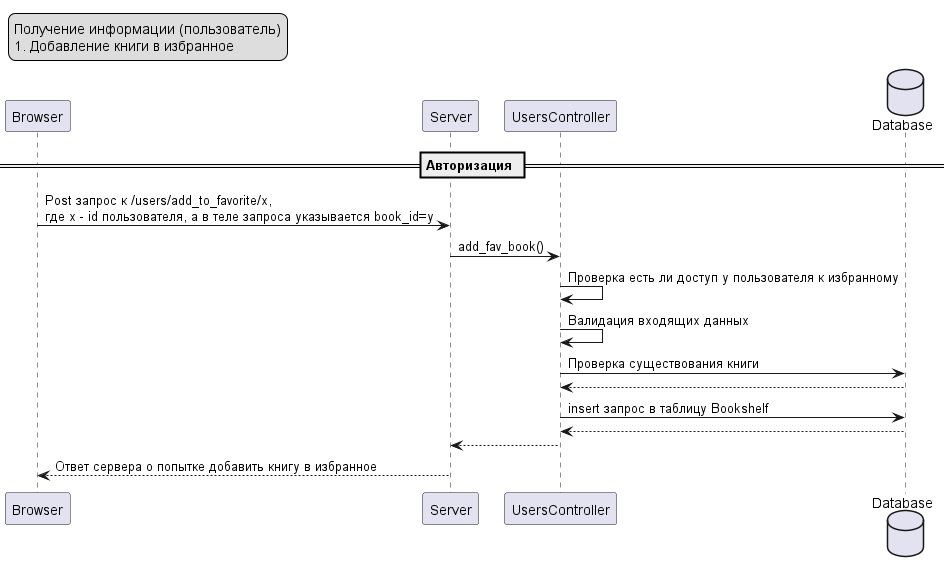
The PlantUML diagram diagram/Sequance Diagram Library_002.png in ihateb335/assignment_keepsolid, before a commit.
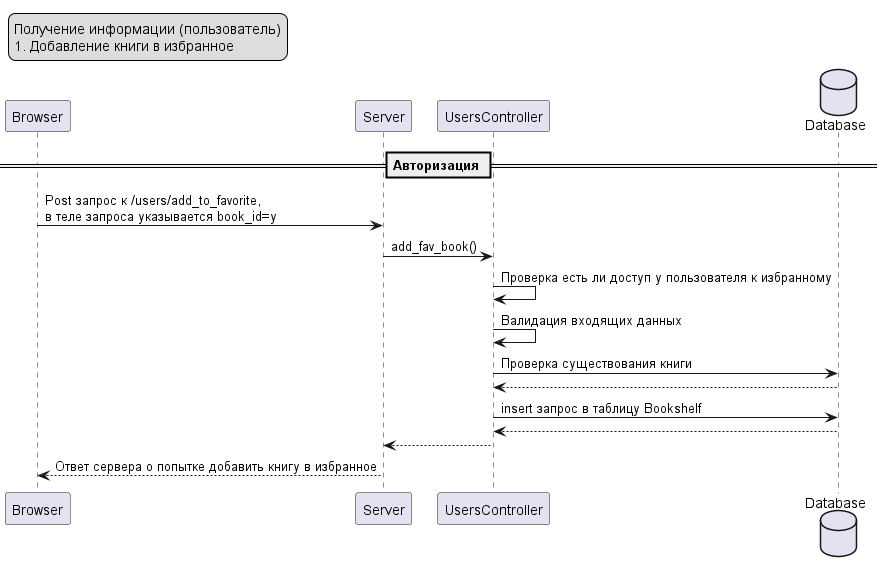
After the change.

Diff of the diagram source:
```diff
@@ -9,7 +9,7 @@
 participant UsersController as C
 database    Database    as DB
 == Авторизация ==
-B -> S : Post запрос к /users/add_to_favorite/x, \nгде x - id пользователя, а в теле запроса указывается book_id=y
+B -> S : Post запрос к /users/add_to_favorite, \nв теле запроса указывается book_id=y
 S -> C : add_fav_book()
 C -> C : Проверка есть ли доступ у пользователя к избранному
 C -> C : Валидация входящих данных
```
